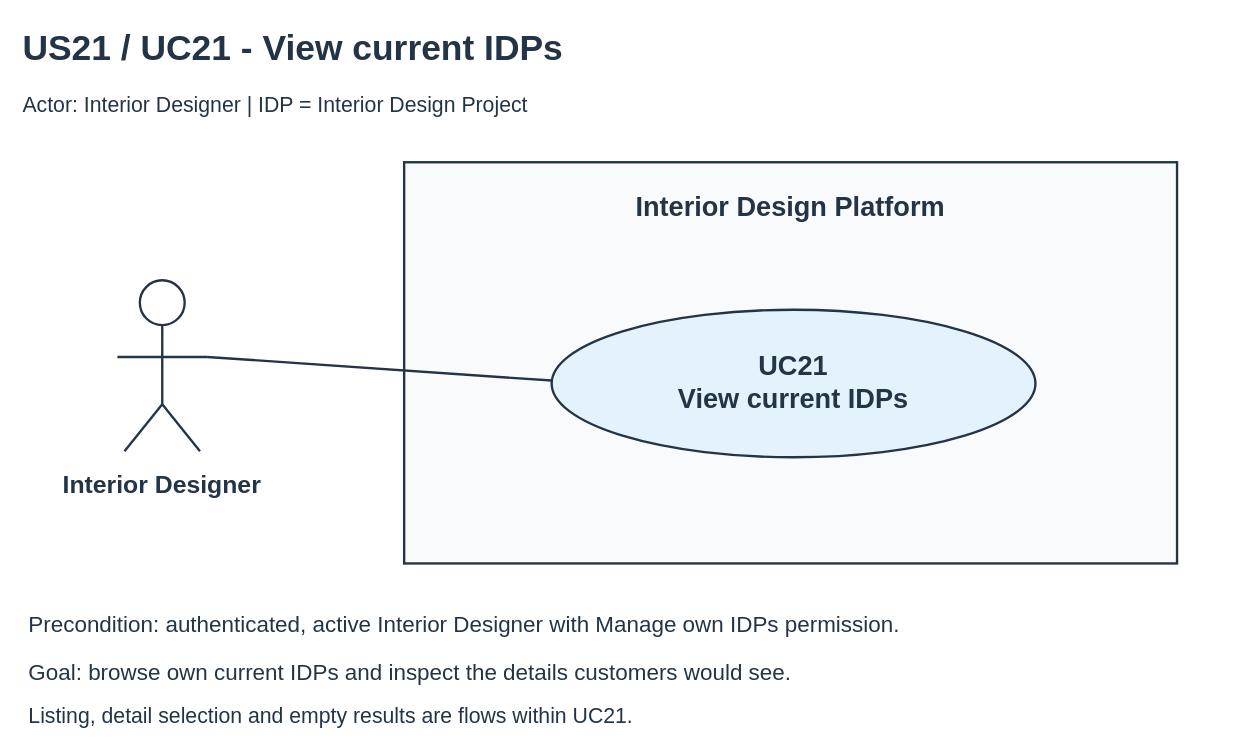
Above: page "2 Use Case Diagram" (1 of 7) of Sprint_3/US21 - View Current IDPs/US21 View current IDPs.drawio in Hanzxc/CSIT314-ARCHSS (draw.io), before the change. Source tidied: cells renumbered, new cells numbered last; positions are measured from the earlier drawing's top-left corner, leaving out a move shared by most shapes. Both pictures are drawn from the tidied source at 118%, with x=0, y=0 at pixel (20, 20).
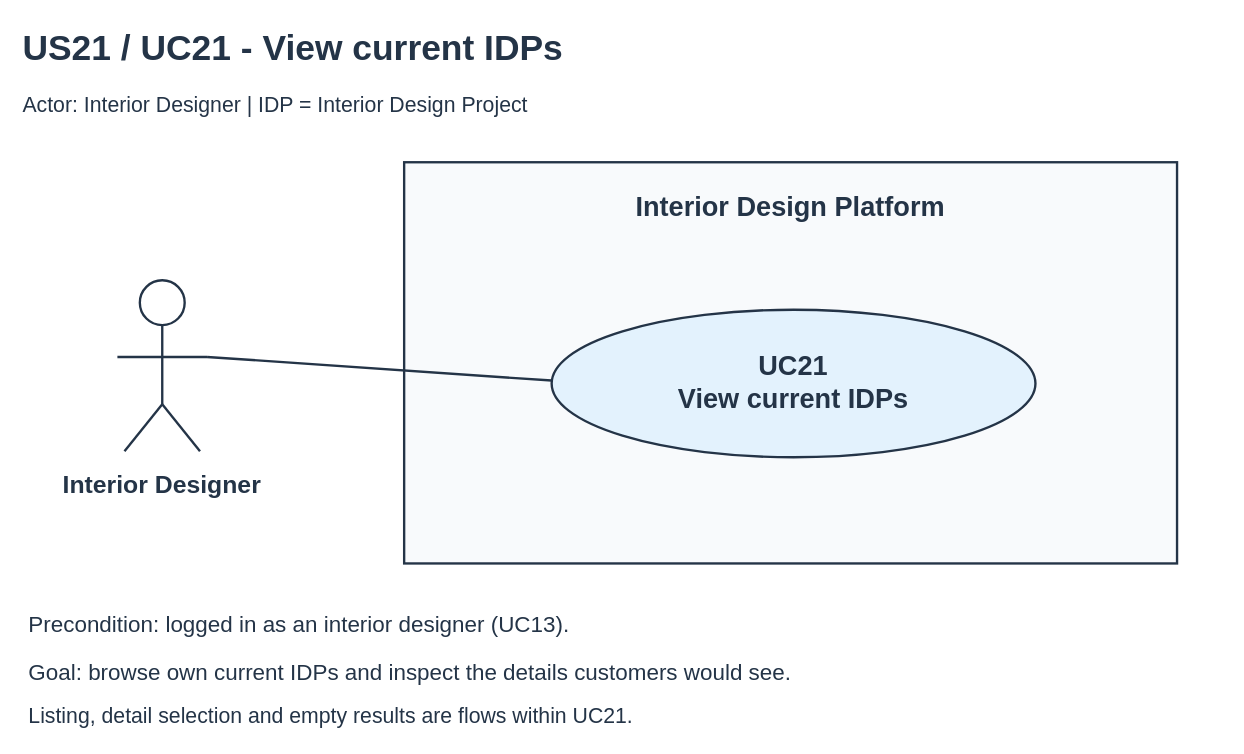
After the change.

What changed in the source:
```diff
@@
-    <mxCell id="15" value="Precondition: authenticated, active Interior Designer with Manage own IDPs permission." style="text;html=0;align=left;verticalAlign=middle;whiteSpace=wrap;fontSize=19;fontStyle=0;fontColor=#243447;" parent="1" vertex="1">
+    <mxCell id="15" value="Precondition: logged in as an interior designer (UC13)." style="text;html=0;align=left;verticalAlign=middle;whiteSpace=wrap;fontSize=19;fontStyle=0;fontColor=#243447;" parent="1" vertex="1">
       <mxGeometry x="5" y="495" width="1010" height="35" as="geometry" />
     </mxCell>
```
